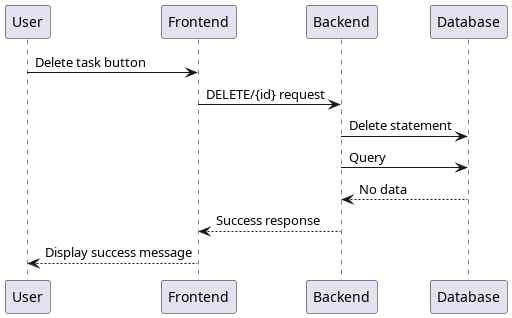
Earlier version of the PlantUML export docs/out/docs/Sequences/Delete single task.png (Toby-Rea/planner). Its diagram source:
```plantuml
@startuml Delete single task
participant User as u
participant Frontend as fe
participant Backend as be
participant Database as db

u -> fe: Delete task button
fe -> be: DELETE/{id} request
be -> db: Delete statement
be -> db: Query
be <-- db: No data
fe <-- be: Success response
u <-- fe: Display success message
@enduml
```
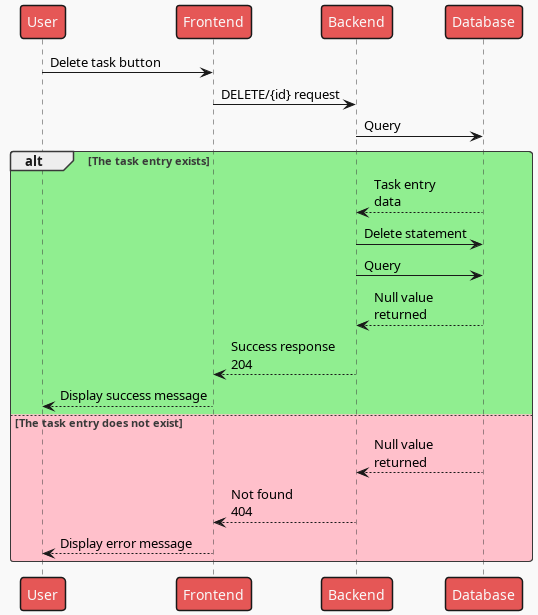
The same diagram one commit later.

What changed in the source:
```diff
@@ -1,4 +1,5 @@
 @startuml Delete single task
+!theme mars
 participant User as u
 participant Frontend as fe
 participant Backend as be
@@ -6,9 +7,19 @@
 
 u -> fe: Delete task button
 fe -> be: DELETE/{id} request
-be -> db: Delete statement
 be -> db: Query
-be <-- db: No data
-fe <-- be: Success response
-u <-- fe: Display success message
+
+alt #LightGreen The task entry exists
+    be <-- db: Task entry\ndata
+    be -> db: Delete statement
+    be -> db: Query
+    be <-- db: Null value\nreturned
+    fe <-- be: Success response\n204
+    u <-- fe: Display success message
+else #Pink The task entry does not exist
+    be <-- db: Null value\nreturned
+    fe <-- be: Not found\n404
+    u <-- fe: Display error message
+end
+
 @enduml
```
